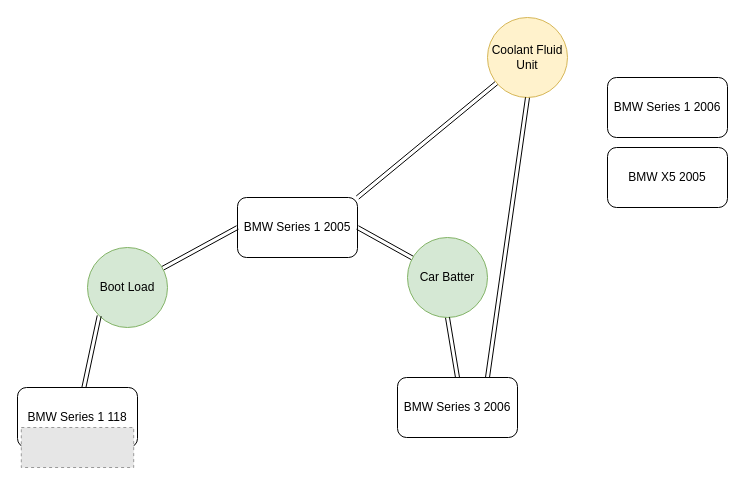
Fgohar/BMW-CAR-PARTS-MANCHESTER-UK keeps this draw.io diagram as BMW PARTS Compatibity Manchester UK.drawio. Above is the earlier version. Source tidied: cells renumbered, new cells numbered last; positions are measured from the earlier drawing's top-left corner, leaving out a move shared by most shapes. Both pictures are drawn from the tidied source at 100%, with x=0, y=0 at pixel (17, 17). Pictures stored in the file or linked from it are replaced by grey dashed boxes.
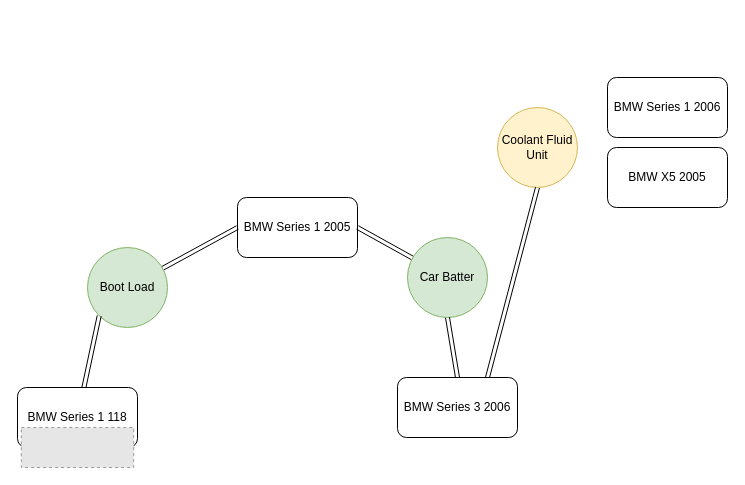
Above is the later version.

What changed in the source:
```diff
@@
 <mxGraphModel>
   <root>
     <mxCell id="0" />
     <mxCell id="1" parent="0" />
     <mxCell id="2" value="BMW Series 1 2006" style="rounded=1;whiteSpace=wrap;html=1;" parent="1" vertex="1">
       <mxGeometry x="590" y="60" width="120" height="60" as="geometry" />
     </mxCell>
     <mxCell id="3" value="BMW Series 1 2005" style="rounded=1;whiteSpace=wrap;html=1;" parent="1" vertex="1">
       <mxGeometry x="220" y="180" width="120" height="60" as="geometry" />
     </mxCell>
     <mxCell id="4" value="BMW Series 3 2006" style="rounded=1;whiteSpace=wrap;html=1;" parent="1" vertex="1">
       <mxGeometry x="380" y="360" width="120" height="60" as="geometry" />
     </mxCell>
     <mxCell id="5" value="BMW X5 2005" style="rounded=1;whiteSpace=wrap;html=1;" parent="1" vertex="1">
       <mxGeometry x="590" y="130" width="120" height="60" as="geometry" />
     </mxCell>
     <mxCell id="6" style="rounded=0;jettySize=auto;html=1;entryX=0;entryY=0.5;entryDx=0;entryDy=0;shape=link;" parent="1" edge="1" source="7" target="3">
       <mxGeometry relative="1" as="geometry" />
     </mxCell>
     <mxCell id="7" value="Boot Load" style="ellipse;whiteSpace=wrap;html=1;fillColor=#d5e8d4;strokeColor=#82b366;" parent="1" vertex="1">
       <mxGeometry x="70" y="230" width="80" height="80" as="geometry" />
     </mxCell>
     <mxCell id="8" style="group;" parent="1" vertex="1">
       <mxGeometry y="370" width="120" height="80" as="geometry" />
     </mxCell>
     <mxCell id="9" value="BMW Series 1 118" style="rounded=1;whiteSpace=wrap;html=1;" parent="8" vertex="1">
       <mxGeometry width="120" height="60" as="geometry" />
     </mxCell>
     <mxCell id="10" style="fillColor=#E6E6E6;strokeColor=#999999;dashed=1;verticalLabelPosition=bottom;labelBackgroundColor=default;verticalAlign=top;" parent="8" vertex="1">
       <mxGeometry x="3.8" y="40" width="112.4" height="40" as="geometry" />
     </mxCell>
     <mxCell id="11" style="rounded=0;jettySize=auto;html=1;entryX=0;entryY=1;entryDx=0;entryDy=0;shape=link;" parent="1" edge="1" source="9" target="7">
       <mxGeometry relative="1" as="geometry" />
     </mxCell>
     <mxCell id="12" style="rounded=0;jettySize=auto;html=1;entryX=1;entryY=0.5;entryDx=0;entryDy=0;shape=link;" parent="1" edge="1" source="13" target="3">
       <mxGeometry relative="1" as="geometry" />
     </mxCell>
     <mxCell id="13" value="Car Batter" style="ellipse;whiteSpace=wrap;html=1;fillColor=#d5e8d4;strokeColor=#82b366;" parent="1" vertex="1">
       <mxGeometry x="390" y="220" width="80" height="80" as="geometry" />
     </mxCell>
     <mxCell id="14" style="rounded=0;jettySize=auto;html=1;entryX=0.5;entryY=1;entryDx=0;entryDy=0;shape=link;exitX=0.5;exitY=0;exitDx=0;exitDy=0;" parent="1" edge="1" source="4" target="13">
       <mxGeometry relative="1" as="geometry" />
     </mxCell>
-    <mxCell id="15" style="rounded=0;jettySize=auto;html=1;entryX=1;entryY=0;entryDx=0;entryDy=0;shape=link;" parent="1" edge="1" source="16" target="3">
-      <mxGeometry relative="1" as="geometry" />
-    </mxCell>
     <mxCell id="16" value="Coolant Fluid Unit" style="ellipse;whiteSpace=wrap;html=1;fillColor=#fff2cc;strokeColor=#d6b656;" parent="1" vertex="1">
-      <mxGeometry x="470" width="80" height="80" as="geometry" />
+      <mxGeometry x="480" y="90" width="80" height="80" as="geometry" />
     </mxCell>
     <mxCell id="17" style="rounded=0;jettySize=auto;html=1;entryX=0.5;entryY=1;entryDx=0;entryDy=0;shape=link;exitX=0.75;exitY=0;exitDx=0;exitDy=0;" parent="1" edge="1" source="4" target="16">
       <mxGeometry relative="1" as="geometry" />
     </mxCell>
   </root>
 </mxGraphModel>
```
